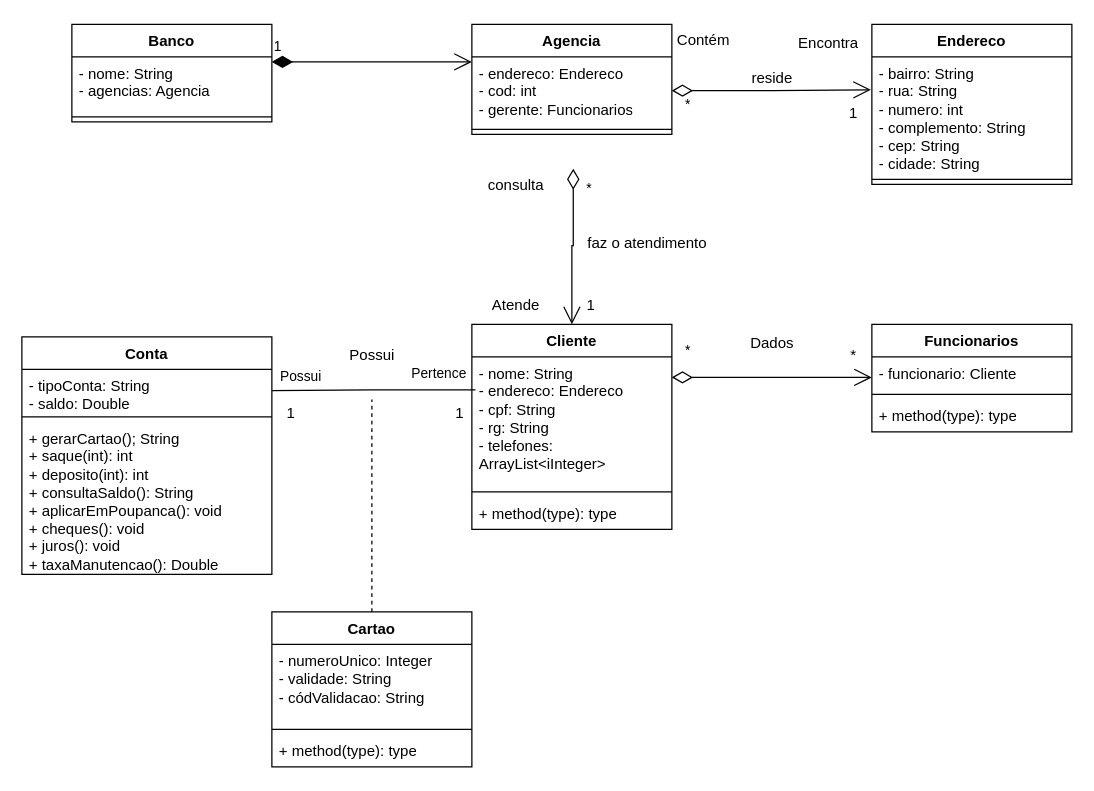
Before: Diagrama_atv8Cenário1.drawio in GersinComp/atv8_cenario-1, a draw.io diagram. Source tidied: cells renumbered, new cells numbered last; positions are measured from the earlier drawing's top-left corner, leaving out a move shared by most shapes. Both pictures are drawn from the tidied source at 125%, with x=0, y=0 at pixel (21, 21).
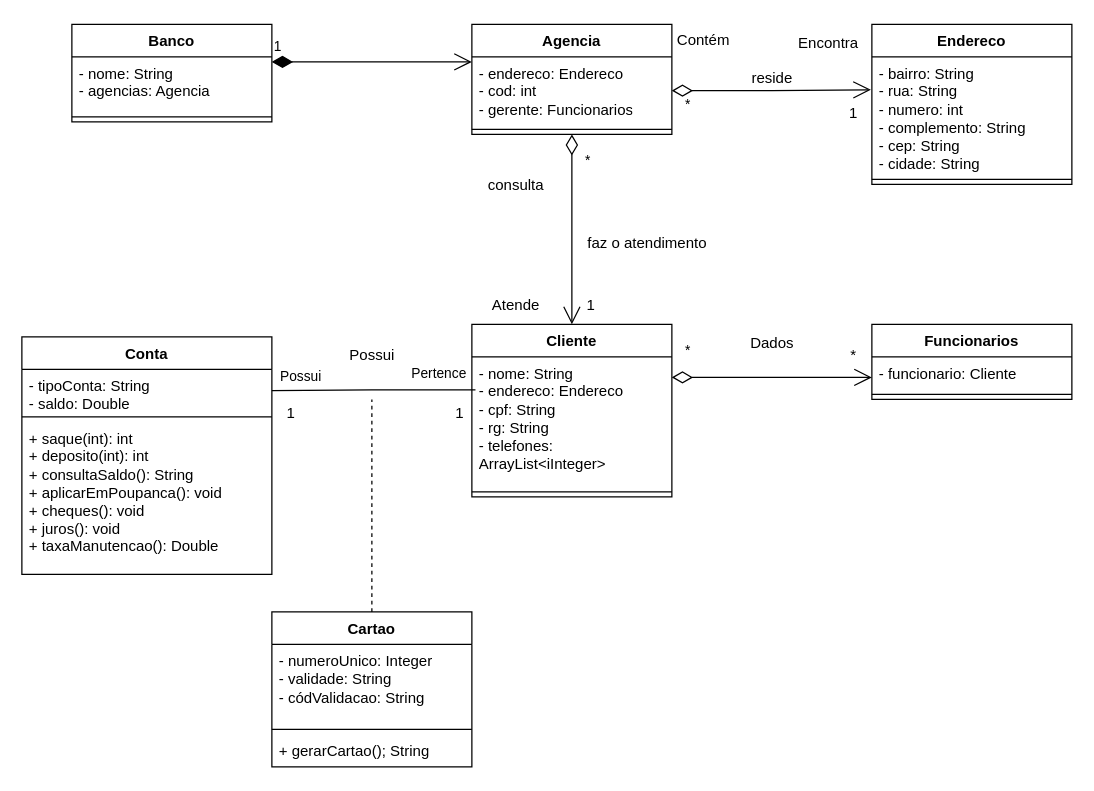
The same page after the edit.

The change refers to these unchanged cells:
```xml
<mxCell id="5" value="Agencia" style="swimlane;fontStyle=1;align=center;verticalAlign=top;horizontal=1;startSize=26;whiteSpace=wrap;html=1;" parent="1" vertex="1">
  <mxGeometry x="360" y="2" width="160" height="88" as="geometry" />
</mxCell>
<mxCell id="16" value="Conta" style="swimlane;fontStyle=1;align=center;verticalAlign=top;horizontal=1;startSize=26;whiteSpace=wrap;html=1;" parent="1" vertex="1">
  <mxGeometry y="252" width="200" height="190" as="geometry" />
</mxCell>
<mxCell id="43" value="Cartao" style="swimlane;fontStyle=1;align=center;verticalAlign=top;horizontal=1;startSize=26;whiteSpace=wrap;html=1;" parent="1" vertex="1">
  <mxGeometry x="200" y="472" width="160" height="124" as="geometry" />
</mxCell>
```

The edit, as a diff of the source:
```diff
@@
-    <mxCell id="19" value="&lt;div&gt;+ gerarCartao(); String&lt;/div&gt;+ saque(int): int&lt;div&gt;+ deposito(int): int&lt;/div&gt;&lt;div&gt;+ consultaSaldo(): String&lt;/div&gt;&lt;div&gt;+ aplicarEmPoupanca(): void&lt;/div&gt;&lt;div&gt;+ cheques(): void&lt;/div&gt;&lt;div&gt;+ juros(): void&lt;/div&gt;&lt;div&gt;+ taxaManutencao(): Double&lt;/div&gt;" style="text;strokeColor=none;fillColor=none;align=left;verticalAlign=top;spacingLeft=4;spacingRight=4;overflow=hidden;whiteSpace=wrap;html=1;" parent="16" vertex="1">
+    <mxCell id="19" value="&lt;div&gt;&lt;span style=&quot;background-color: initial;&quot;&gt;+ saque(int): int&lt;/span&gt;&lt;br&gt;&lt;/div&gt;&lt;div&gt;+ deposito(int): int&lt;/div&gt;&lt;div&gt;+ consultaSaldo(): String&lt;/div&gt;&lt;div&gt;+ aplicarEmPoupanca(): void&lt;/div&gt;&lt;div&gt;+ cheques(): void&lt;/div&gt;&lt;div&gt;+ juros(): void&lt;/div&gt;&lt;div&gt;+ taxaManutencao(): Double&lt;/div&gt;" style="text;strokeColor=none;fillColor=none;align=left;verticalAlign=top;spacingLeft=4;spacingRight=4;overflow=hidden;whiteSpace=wrap;html=1;" parent="16" vertex="1">
       <mxGeometry y="68" width="200" height="122" as="geometry" />
     </mxCell>
@@
     <mxCell id="21" value="Cliente" style="swimlane;fontStyle=1;align=center;verticalAlign=top;horizontal=1;startSize=26;whiteSpace=wrap;html=1;" parent="1" vertex="1">
-      <mxGeometry x="360" y="242" width="160" height="164" as="geometry" />
+      <mxGeometry x="360" y="242" width="160" height="138" as="geometry" />
     </mxCell>
@@
-    <mxCell id="24" value="+ method(type): type" style="text;strokeColor=none;fillColor=none;align=left;verticalAlign=top;spacingLeft=4;spacingRight=4;overflow=hidden;whiteSpace=wrap;html=1;" parent="21" vertex="1">
-      <mxGeometry y="138" width="160" height="26" as="geometry" />
-    </mxCell>
-    <mxCell id="25" value="*" style="endArrow=open;html=1;endSize=12;startArrow=diamondThin;startSize=14;startFill=0;edgeStyle=orthogonalEdgeStyle;align=left;verticalAlign=bottom;rounded=0;entryX=0.5;entryY=0;entryDx=0;entryDy=0;exitX=0.507;exitY=1.054;exitDx=0;exitDy=0;exitPerimeter=0;" parent="1" edge="1" target="21">
-      <mxGeometry x="-0.61" y="9" relative="1" as="geometry">
-        <mxPoint x="441.1" y="117.4" as="sourcePoint" />
-        <Array as="points">
-          <mxPoint x="440" y="179" />
-        </Array>
-      </mxGeometry>
+    <mxCell id="25" value="*" style="endArrow=open;html=1;endSize=12;startArrow=diamondThin;startSize=14;startFill=0;edgeStyle=orthogonalEdgeStyle;align=left;verticalAlign=bottom;rounded=0;entryX=0.5;entryY=0;entryDx=0;entryDy=0;exitX=0.5;exitY=1;exitDx=0;exitDy=0;" parent="1" edge="1" source="5" target="21">
+      <mxGeometry x="-0.61" y="9" relative="1" as="geometry" />
     </mxCell>
@@
     <mxCell id="29" value="Funcionarios" style="swimlane;fontStyle=1;align=center;verticalAlign=top;horizontal=1;startSize=26;whiteSpace=wrap;html=1;" parent="1" vertex="1">
-      <mxGeometry x="680" y="242" width="160" height="86" as="geometry" />
+      <mxGeometry x="680" y="242" width="160" height="60" as="geometry" />
     </mxCell>
@@
-    <mxCell id="32" value="+ method(type): type" style="text;strokeColor=none;fillColor=none;align=left;verticalAlign=top;spacingLeft=4;spacingRight=4;overflow=hidden;whiteSpace=wrap;html=1;" parent="29" vertex="1">
-      <mxGeometry y="60" width="160" height="26" as="geometry" />
-    </mxCell>
@@
-    <mxCell id="46" value="+ method(type): type" style="text;strokeColor=none;fillColor=none;align=left;verticalAlign=top;spacingLeft=4;spacingRight=4;overflow=hidden;whiteSpace=wrap;html=1;" parent="43" vertex="1">
+    <mxCell id="46" value="+ gerarCartao(); String" style="text;strokeColor=none;fillColor=none;align=left;verticalAlign=top;spacingLeft=4;spacingRight=4;overflow=hidden;whiteSpace=wrap;html=1;" parent="43" vertex="1">
       <mxGeometry y="98" width="160" height="26" as="geometry" />
     </mxCell>
```
